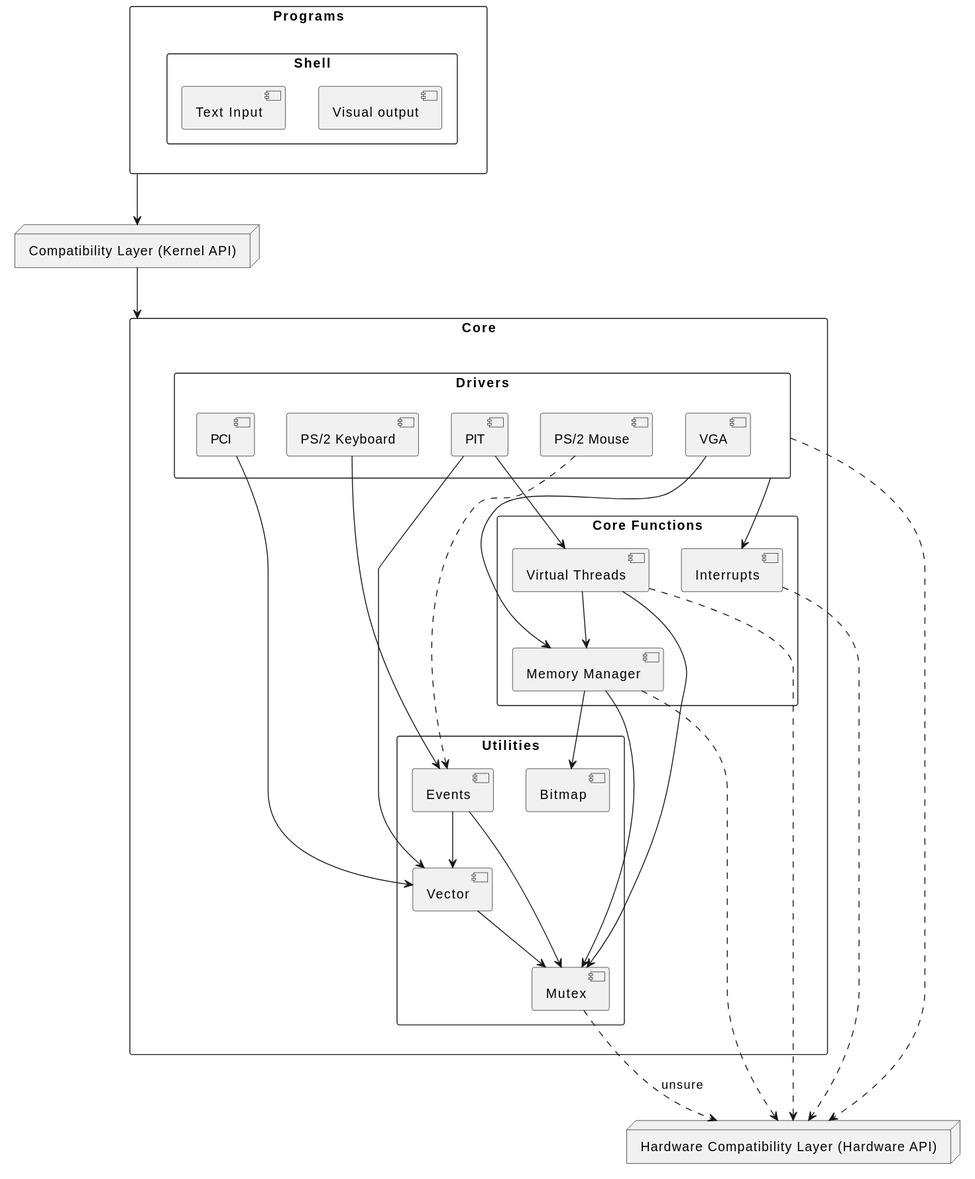
Before: docs/svg/kernel diagram.svg, a diagram exported from PlantUML (cactoes/virtual_reflections_os).
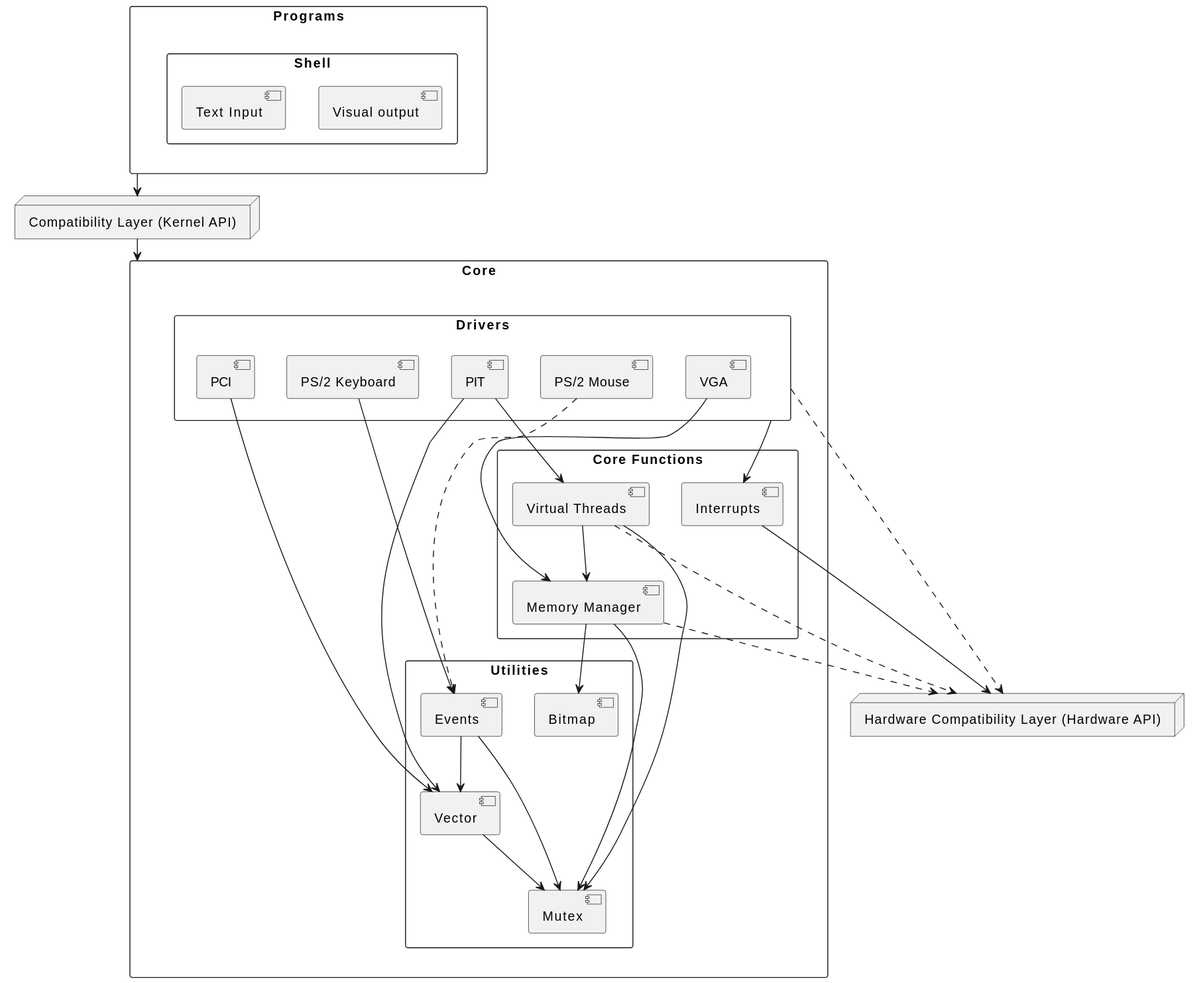
Later version of the same file.

Commit message:
auto generated diagrams [skip ci]

Change to the diagram source:
```diff
@@ -56,9 +56,8 @@
 Programs --> CL
 CL --> Core
 
-[Interrupts] ..> HWCL
+[Interrupts] --> HWCL
 Drivers ..> HWCL
 [Memory Manager] ..> HWCL
 [Virtual Threads] ..> HWCL
-[Mutex] ..> HWCL : unsure
 @enduml
```
